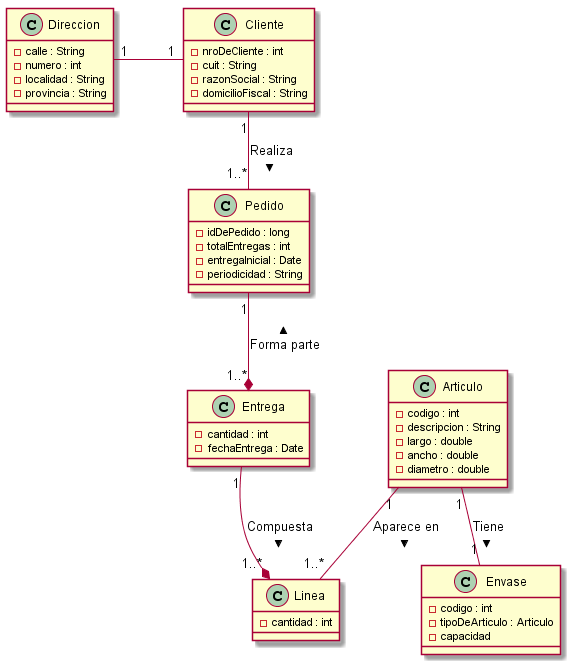
Before: Analisis/diagramaDeClases.png, a diagram exported from PlantUML (diegohunko/trabajoIntegradorPOO1).
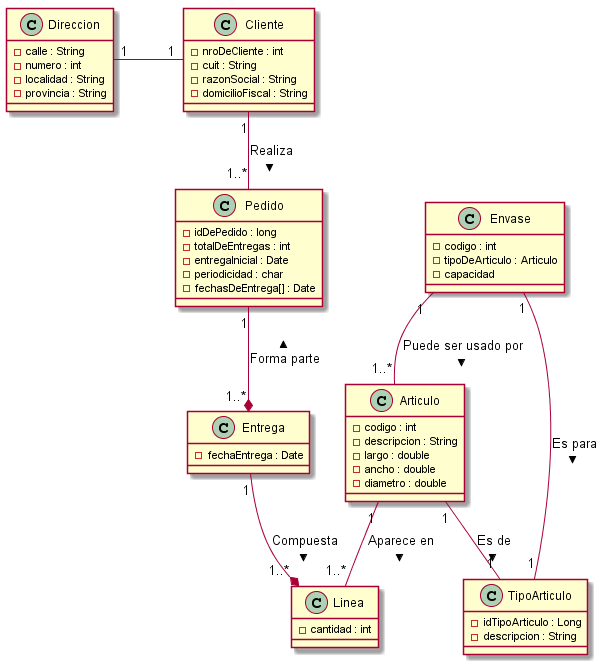
The same file after the commit.

Commit message:
agrgada las relaciones entre clases Articulo. Envase y TipoArticulo

Diff of the diagram source:
```diff
@@ -4,10 +4,16 @@
 Pedido "1" --* "1..*" Entrega : < Forma parte
 Entrega "1" --* "1..*" Linea : Compuesta >
 Articulo "1" -- "1..*" Linea : Aparece en >
-Articulo "1" -- "1" Envase : Tiene >
+Articulo "1" -- "1" TipoArticulo : Es de >
+Envase "1" -- "1" TipoArticulo : Es para >
+Envase "1" -- "1..*" Articulo : Puede ser usado por >
+
+class TipoArticulo {
+-idTipoArticulo : Long
+-descripcion : String
+}
 
 class Entrega {
--cantidad : int
 -fechaEntrega : Date
 }
 
@@ -26,9 +32,10 @@
 
 class Pedido{
 -idDePedido : long
--totalEntregas : int
+-totalDeEntregas : int
 -entregaInicial : Date
--periodicidad : String
+-periodicidad : char
+-fechasDeEntrega[] : Date
 
 }
 
```
